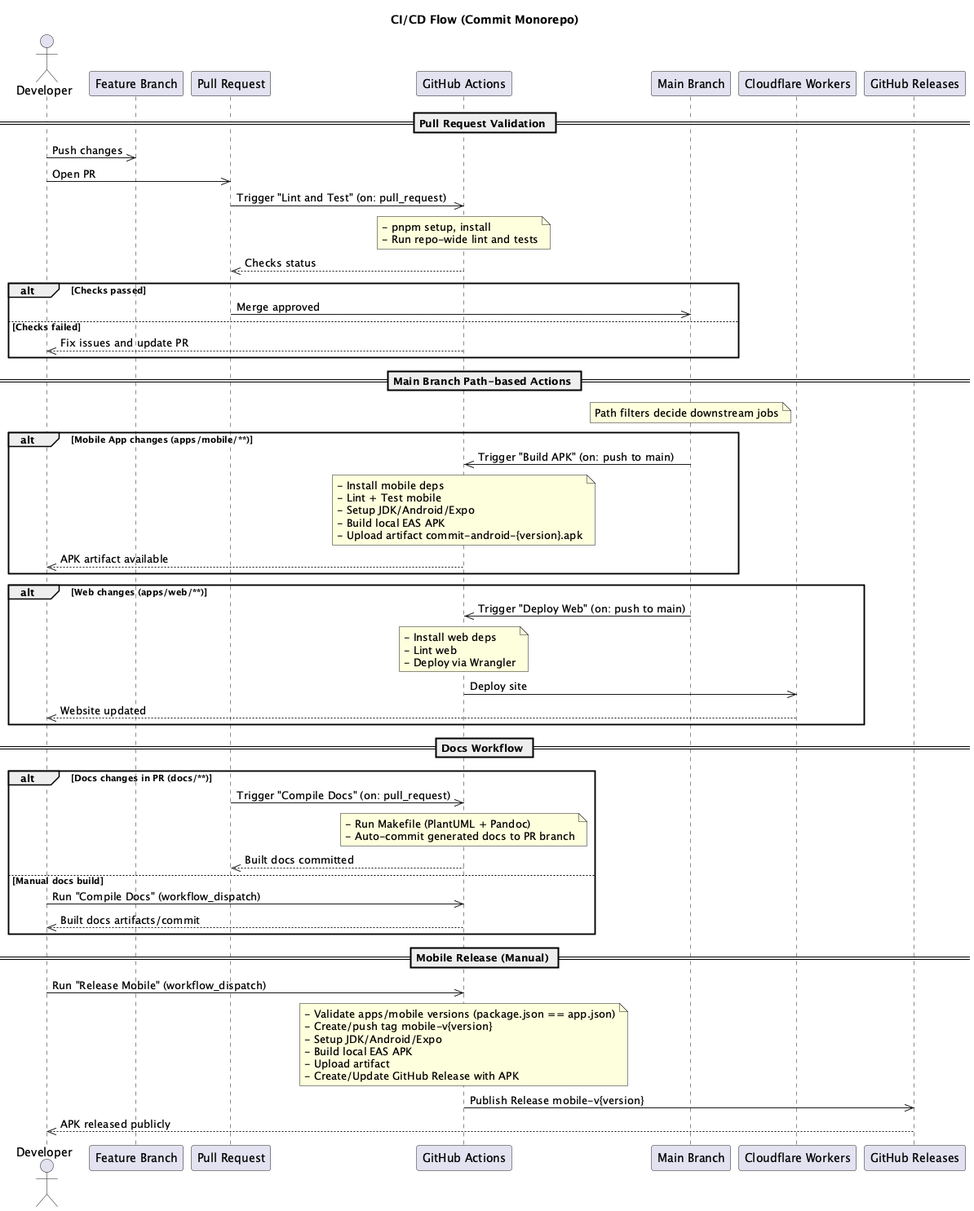
Earlier version of the PlantUML export docs/cicd-flow.png (getcommitapp/commit). Its diagram source:
```plantuml
@startuml
title CI/CD Flow (Commit Monorepo)

actor Dev as "Developer"
participant FB as "Feature Branch"
participant PR as "Pull Request"
participant GHA as "GitHub Actions"
participant Main as "Main Branch"
participant CF as "Cloudflare Workers"
participant GHR as "GitHub Releases"

== Pull Request Validation ==
Dev ->> FB: Push changes
Dev ->> PR: Open PR
PR ->> GHA: Trigger "Lint and Test" (on: pull_request)
note over GHA
  - pnpm setup, install
  - Run repo-wide lint and tests
end note
GHA -->> PR: Checks status

alt Checks passed
  PR ->> Main: Merge approved
else Checks failed
  GHA -->> Dev: Fix issues and update PR
end

== Main Branch Path-based Actions ==
note over Main: Path filters decide downstream jobs

alt Mobile App changes (apps/mobile/**)
  Main ->> GHA: Trigger "Build APK" (on: push to main)
  note over GHA
    - Install mobile deps
    - Lint + Test mobile
    - Setup JDK/Android/Expo
    - Build local EAS APK
    - Upload artifact commit-android-{version}.apk
  end note
  GHA -->> Dev: APK artifact available
end

alt Web changes (apps/web/**)
  Main ->> GHA: Trigger "Deploy Web" (on: push to main)
  note over GHA
    - Install web deps
    - Lint web
    - Deploy via Wrangler
  end note
  GHA ->> CF: Deploy site
  CF -->> Dev: Website updated
end

== Docs Workflow ==
alt Docs changes in PR (docs/**)
  PR ->> GHA: Trigger "Compile Docs" (on: pull_request)
  note over GHA
    - Run Makefile (PlantUML + Pandoc)
    - Auto-commit generated docs to PR branch
  end note
  GHA -->> PR: Built docs committed
else Manual docs build
  Dev ->> GHA: Run "Compile Docs" (workflow_dispatch)
  GHA -->> Dev: Built docs artifacts/commit
end

== Mobile Release (Manual) ==
Dev ->> GHA: Run "Release Mobile" (workflow_dispatch)
note over GHA
  - Validate apps/mobile versions (package.json == app.json)
  - Create/push tag mobile-v{version}
  - Setup JDK/Android/Expo
  - Build local EAS APK
  - Upload artifact
  - Create/Update GitHub Release with APK
end note
GHA ->> GHR: Publish Release mobile-v{version}
GHR -->> Dev: APK released publicly

@enduml
```
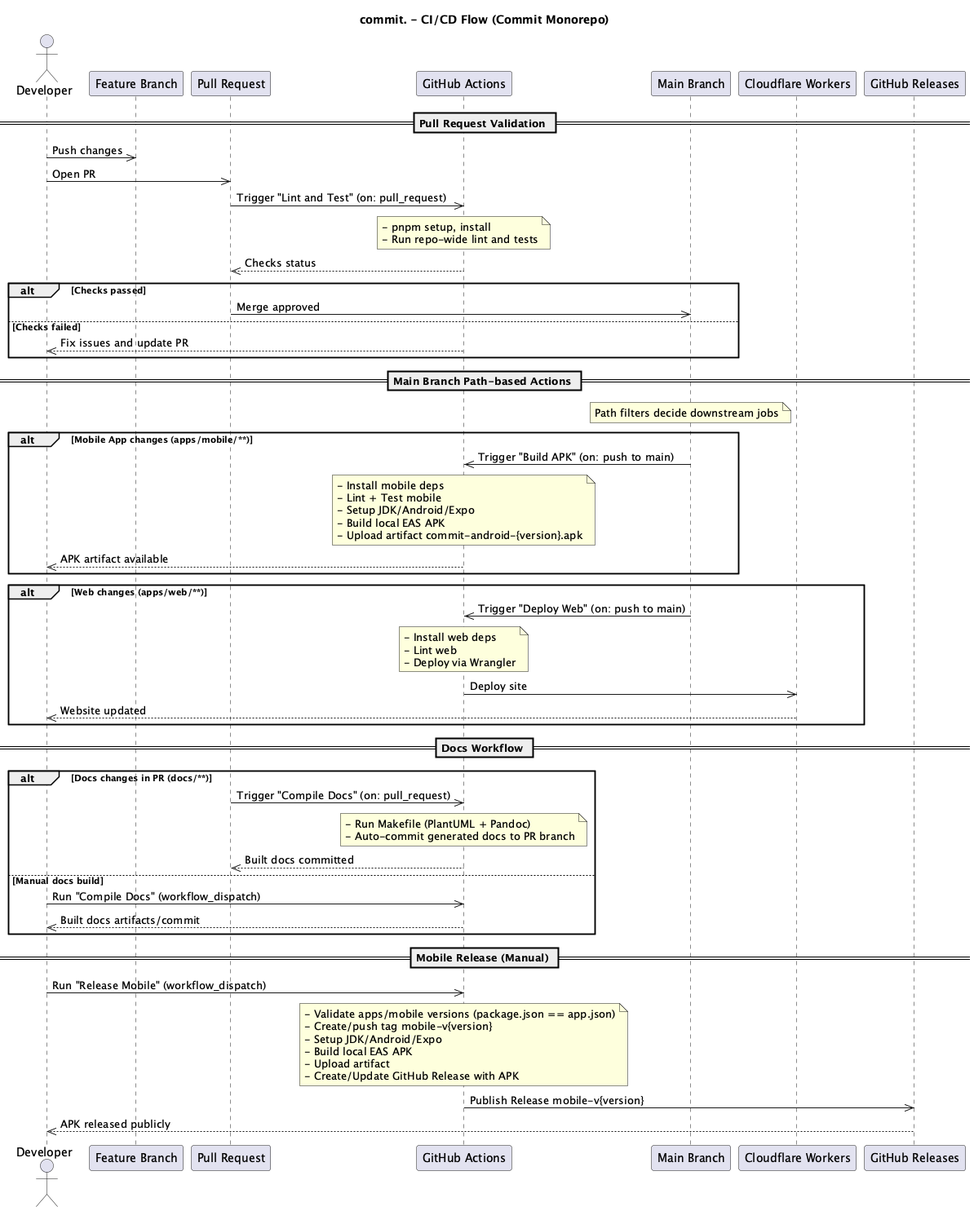
Above is the later version.

Change to the diagram source:
```diff
@@ -1,5 +1,5 @@
-@startuml
-title CI/CD Flow (Commit Monorepo)
+@startuml cicd-flow
+title commit. - CI/CD Flow (Commit Monorepo)
 
 actor Dev as "Developer"
 participant FB as "Feature Branch"
```
